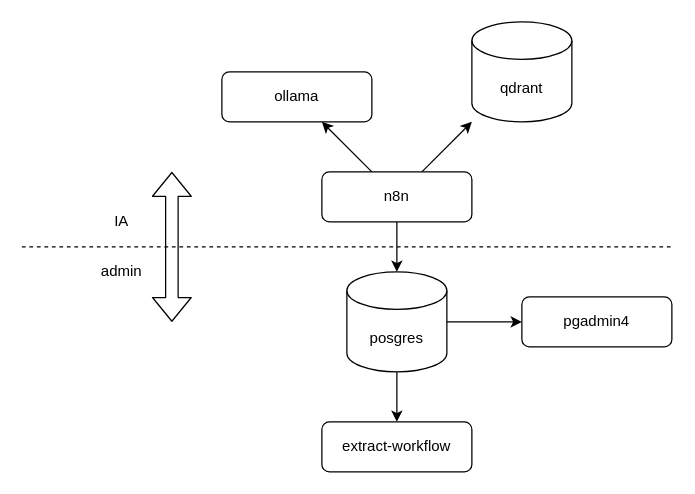
Above: diagrams.dio in josuehuamanzaz/all-in-one-zazmics-prototyping-kit (draw.io), before the change. Source tidied: cells renumbered, new cells numbered last; positions are measured from the earlier drawing's top-left corner, leaving out a move shared by most shapes. Both pictures are drawn from the tidied source at 125%, with x=0, y=0 at pixel (21, 21).
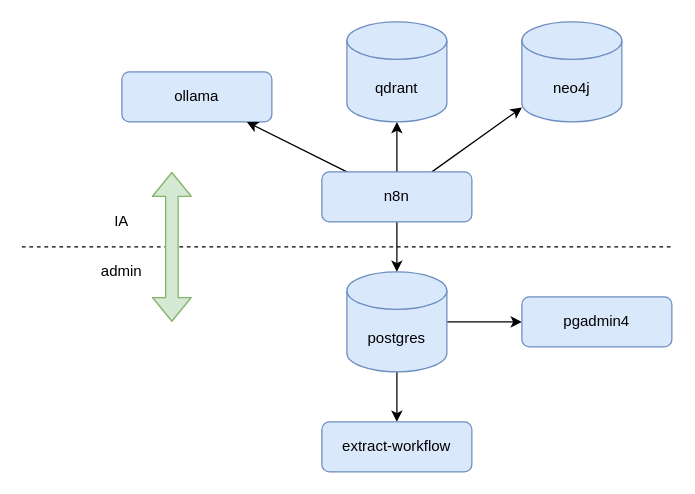
The same diagram, later.

Diff of the diagram source:
```diff
@@
-    <mxCell id="2" value="ollama" style="rounded=1;whiteSpace=wrap;html=1;" parent="1" vertex="1">
-      <mxGeometry x="160" y="40" width="120" height="40" as="geometry" />
+    <mxCell id="2" value="ollama" style="rounded=1;whiteSpace=wrap;html=1;fillColor=#dae8fc;strokeColor=#6c8ebf;" parent="1" vertex="1">
+      <mxGeometry x="80" y="40" width="120" height="40" as="geometry" />
     </mxCell>
@@
-    <mxCell id="5" value="posgres" style="shape=cylinder3;whiteSpace=wrap;html=1;boundedLbl=1;backgroundOutline=1;size=15;" parent="1" vertex="1">
+    <mxCell id="5" value="postgres" style="shape=cylinder3;whiteSpace=wrap;html=1;boundedLbl=1;backgroundOutline=1;size=15;fillColor=#dae8fc;strokeColor=#6c8ebf;" parent="1" vertex="1">
       <mxGeometry x="260" y="200" width="80" height="80" as="geometry" />
     </mxCell>
@@
+    <mxCell id="17" style="edgeStyle=none;html=1;" parent="1" edge="1" source="9" target="18">
+      <mxGeometry relative="1" as="geometry" />
+    </mxCell>
-    <mxCell id="9" value="n8n" style="rounded=1;whiteSpace=wrap;html=1;" parent="1" vertex="1">
+    <mxCell id="9" value="n8n" style="rounded=1;whiteSpace=wrap;html=1;fillColor=#dae8fc;strokeColor=#6c8ebf;" parent="1" vertex="1">
       <mxGeometry x="240" y="120" width="120" height="40" as="geometry" />
     </mxCell>
-    <mxCell id="10" value="extract-workflow" style="rounded=1;whiteSpace=wrap;html=1;" parent="1" vertex="1">
+    <mxCell id="10" value="extract-workflow" style="rounded=1;whiteSpace=wrap;html=1;fillColor=#dae8fc;strokeColor=#6c8ebf;" parent="1" vertex="1">
       <mxGeometry x="240" y="320" width="120" height="40" as="geometry" />
     </mxCell>
-    <mxCell id="11" value="qdrant" style="shape=cylinder3;whiteSpace=wrap;html=1;boundedLbl=1;backgroundOutline=1;size=15;" parent="1" vertex="1">
-      <mxGeometry x="360" width="80" height="80" as="geometry" />
+    <mxCell id="11" value="qdrant" style="shape=cylinder3;whiteSpace=wrap;html=1;boundedLbl=1;backgroundOutline=1;size=15;fillColor=#dae8fc;strokeColor=#6c8ebf;" parent="1" vertex="1">
+      <mxGeometry x="260" width="80" height="80" as="geometry" />
     </mxCell>
-    <mxCell id="12" value="pgadmin4" style="rounded=1;whiteSpace=wrap;html=1;" parent="1" vertex="1">
+    <mxCell id="12" value="pgadmin4" style="rounded=1;whiteSpace=wrap;html=1;fillColor=#dae8fc;strokeColor=#6c8ebf;" parent="1" vertex="1">
       <mxGeometry x="400" y="220" width="120" height="40" as="geometry" />
     </mxCell>
@@
-    <mxCell id="14" style="shape=flexArrow;endArrow=classic;startArrow=classic;html=1;" parent="1" edge="1">
+    <mxCell id="14" style="shape=flexArrow;endArrow=classic;startArrow=classic;html=1;fillColor=#d5e8d4;strokeColor=#82b366;" parent="1" edge="1">
       <mxGeometry relative="1" as="geometry">
         <mxPoint x="120" y="240" as="sourcePoint" />
         <mxPoint x="120" y="120" as="targetPoint" />
       </mxGeometry>
     </mxCell>
@@
+    <mxCell id="18" value="neo4j" style="shape=cylinder3;whiteSpace=wrap;html=1;boundedLbl=1;backgroundOutline=1;size=15;fillColor=#dae8fc;strokeColor=#6c8ebf;" parent="1" vertex="1">
+      <mxGeometry x="400" width="80" height="80" as="geometry" />
+    </mxCell>
```
